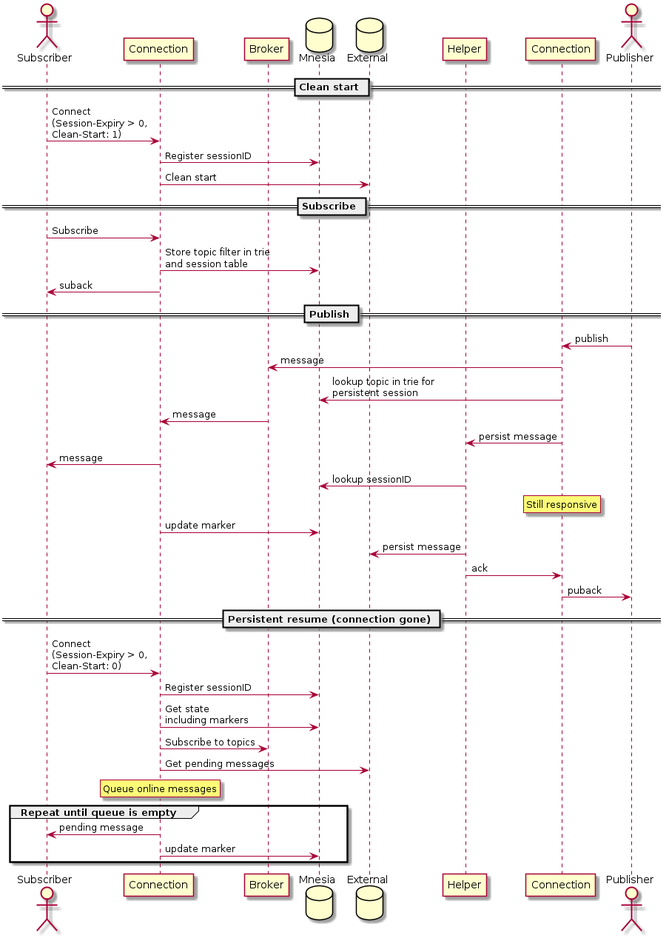
This is active/0011-assets/flows.png from emqx/eip, a PlantUML export, as it was before one commit.
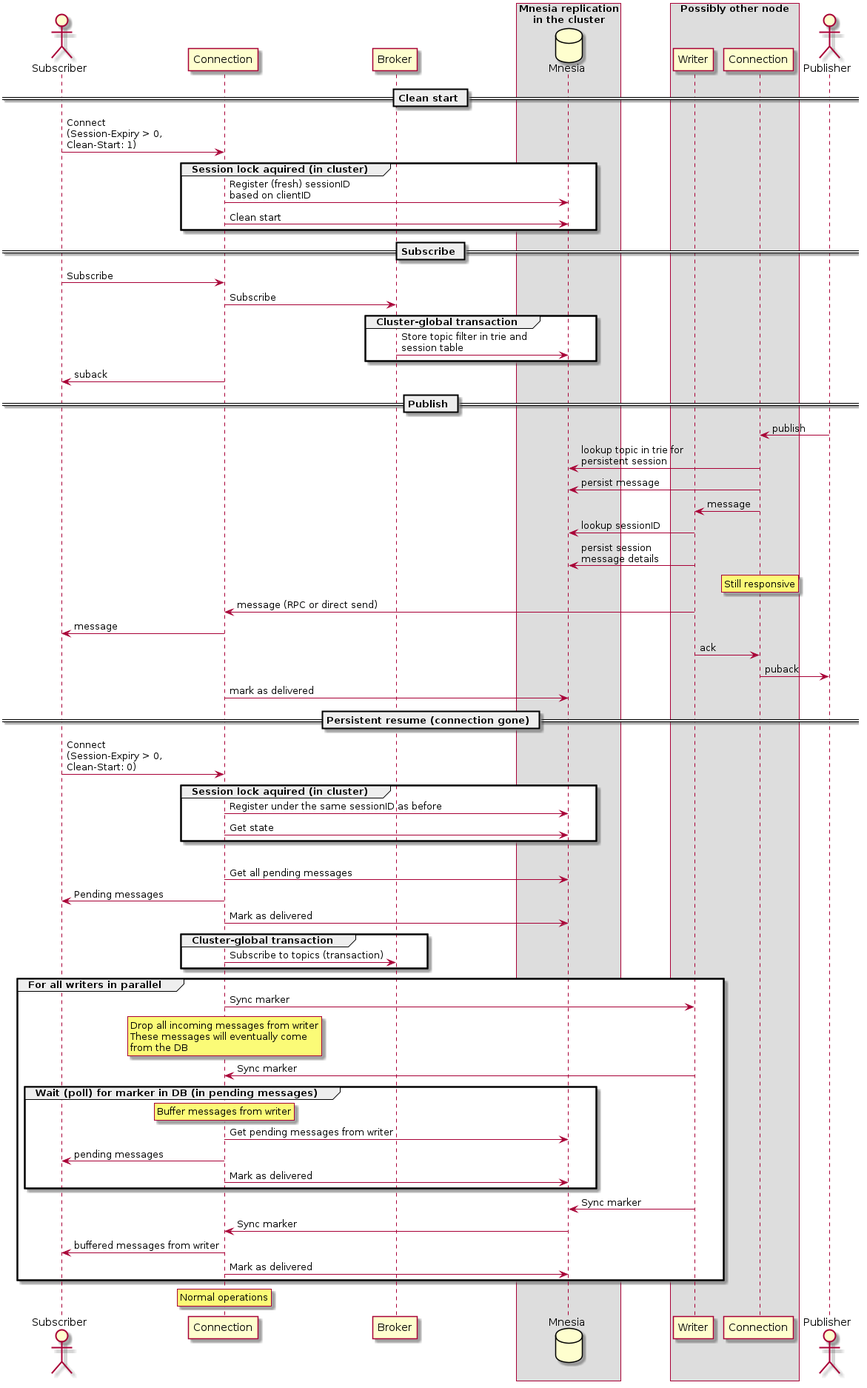
The same file after the commit.

Diff of the diagram source:
```diff
@@ -3,50 +3,83 @@
 actor Subscriber as sub
 participant Connection as subcon
 participant Broker as broker
-database Mnesia as mnesia
-database External as external
-participant Helper as helper
-participant Connection as pubcon
+box "Mnesia replication\nin the cluster"
+  database Mnesia as mnesia
+end box
+box "Possibly other node"
+  participant Writer as writer
+  participant Connection as pubcon
+end box
 actor Publisher as pub
 
 == Clean start ==
 sub -> subcon : Connect\n(Session-Expiry > 0,\nClean-Start: 1)
-subcon -> mnesia : Register sessionID
-subcon -> external : Clean start
+group Session lock aquired (in cluster)
+  subcon -> mnesia : Register (fresh) sessionID\nbased on clientID
+  subcon -> mnesia : Clean start
+end
 
 == Subscribe ==
 sub -> subcon : Subscribe
-subcon -> mnesia : Store topic filter in trie\nand session table
+subcon -> broker : Subscribe
+group Cluster-global transaction
+  broker -> mnesia : Store topic filter in trie and\nsession table
+end group
 subcon -> sub : suback
 
 == Publish ==
 pub -> pubcon : publish
-pubcon -> broker : message
 pubcon -> mnesia : lookup topic in trie for\npersistent session
-broker -> subcon : message
-pubcon -> helper : persist message
-subcon -> sub : message
-helper -> mnesia : lookup sessionID
+pubcon -> mnesia : persist message
+pubcon -> writer : message
+writer -> mnesia : lookup sessionID
+writer -> mnesia : persist session\nmessage details
 rnote over pubcon
   Still responsive
 endrnote
-subcon -> mnesia : update marker
-helper -> external : persist message
-helper -> pubcon : ack
+writer -> subcon : message (RPC or direct send)
+subcon -> sub : message
+writer -> pubcon : ack
 pubcon -> pub : puback
+subcon -> mnesia : mark as delivered
+
 
 == Persistent resume (connection gone) ==
 sub -> subcon : Connect\n(Session-Expiry > 0,\nClean-Start: 0)
-subcon -> mnesia : Register sessionID
-subcon -> mnesia : Get state\nincluding markers
-subcon -> broker : Subscribe to topics
-subcon -> external : Get pending messages
-rnote over subcon
-  Queue online messages
-end rnote
-group Repeat until queue is empty
-  subcon -> sub : pending message
-  subcon -> mnesia : update marker
+group Session lock aquired (in cluster)
+  subcon -> mnesia : Register under the same sessionID as before
+  subcon -> mnesia : Get state
 end group
+group Recovery state machine
+  subcon -> mnesia : Get all pending messages
+  subcon -> sub : Pending messages
+  subcon -> mnesia : Mark as delivered
+  group Cluster-global transaction
+    subcon -> broker : Subscribe to topics (transaction)
+  end group
+  group For all writers in parallel
+    subcon -> writer : Sync marker
+    rnote over subcon
+      Drop all incoming messages from writer
+      These messages will eventually come
+      from the DB
+    end rnote
+    writer -> subcon : Sync marker
+    group Wait (poll) for marker in DB (in pending messages)
+      rnote over subcon
+        Buffer messages from writer
+      end rnote
+      subcon -> mnesia : Get pending messages from writer
+      subcon -> sub : pending messages
+      subcon -> mnesia : Mark as delivered
+    end group
+    writer -> mnesia : Sync marker
+    mnesia -> subcon : Sync marker
+    subcon -> sub : buffered messages from writer
+    subcon -> mnesia : Mark as delivered
+  end group
+  rnote over subcon
+    Normal operations
+  end rnote
 
 @enduml
```
